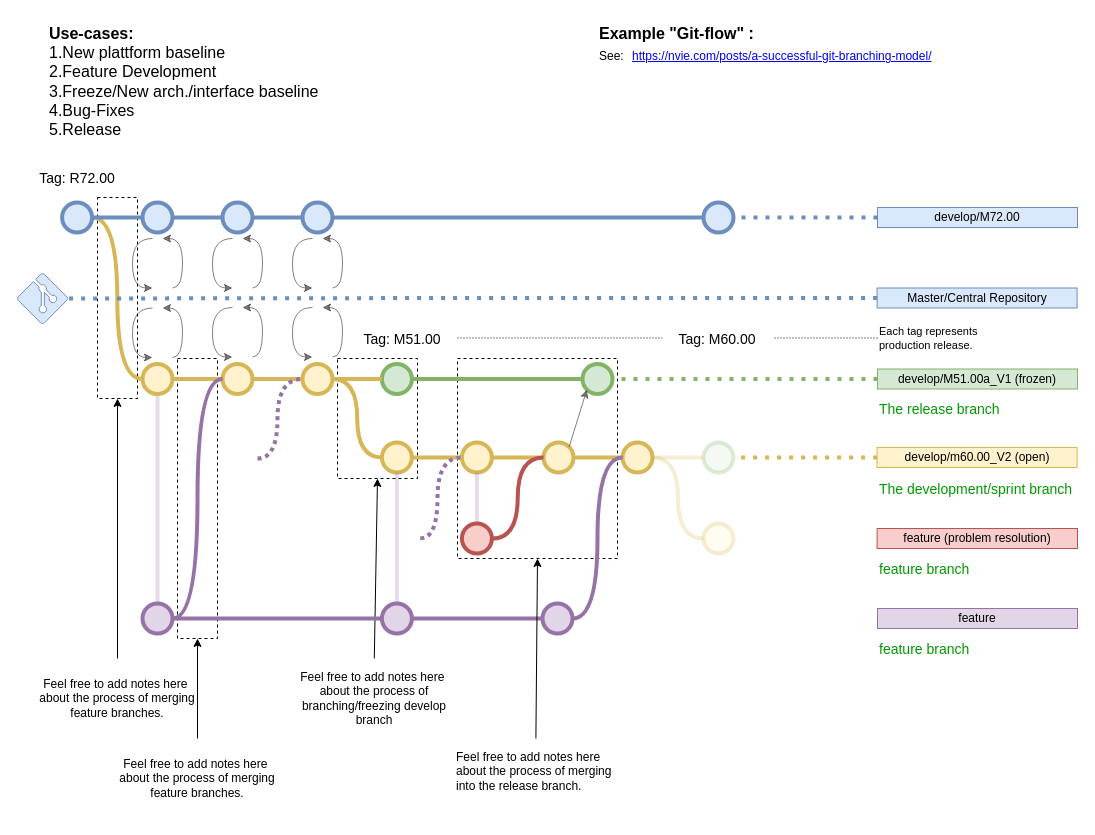
The draw.io diagram doc/GitHub_Branch_Strategy.drawio in DedeHa/TimeSheet, before the edit. Source tidied: cells renumbered, new cells numbered last; positions are measured from the earlier drawing's top-left corner, leaving out a move shared by most shapes. Both pictures are drawn from the tidied source at 100%, with x=0, y=0 at pixel (17, 17).
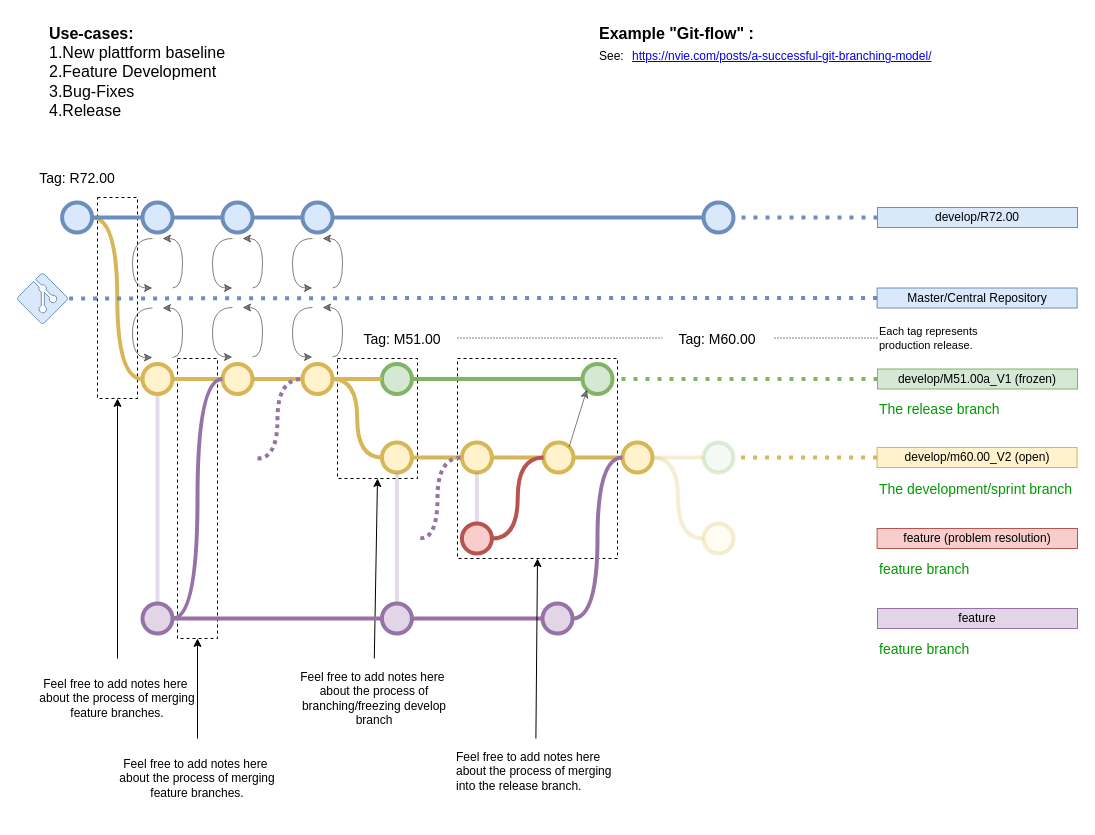
The same page after the edit.

Commit message:
INF_O|Remove Use-Case 3 and Rename HA22 R72

The edit, as a diff of the source:
```diff
@@
-    <mxCell id="30" value="develop/M72.00" style="text;html=1;strokeColor=#6c8ebf;fillColor=#dae8fc;align=center;verticalAlign=middle;whiteSpace=wrap;rounded=0;" parent="1" vertex="1">
+    <mxCell id="30" value="develop/R72.00" style="text;html=1;strokeColor=#6c8ebf;fillColor=#dae8fc;align=center;verticalAlign=middle;whiteSpace=wrap;rounded=0;" parent="1" vertex="1">
       <mxGeometry x="860" y="190" width="200" height="20" as="geometry" />
     </mxCell>
@@
-    <mxCell id="48" value="Use-cases:&lt;br&gt;&lt;span style=&quot;font-weight: 400&quot;&gt;1.New plattform baseline&lt;/span&gt;&lt;span style=&quot;font-weight: normal&quot;&gt;&lt;br&gt;2.Feature Development&lt;br&gt;&lt;/span&gt;&lt;span style=&quot;font-weight: 400&quot;&gt;3.Freeze/New arch./interface baseline&lt;/span&gt;&lt;span style=&quot;font-weight: 400&quot;&gt;&lt;br&gt;4.Bug-Fixes&lt;br&gt;&lt;/span&gt;&lt;span style=&quot;font-weight: 400&quot;&gt;5.Release&lt;/span&gt;&lt;span style=&quot;font-weight: 400&quot;&gt;&lt;br&gt;&lt;/span&gt;" style="text;whiteSpace=wrap;html=1;fontStyle=1;fontSize=16;" parent="1" vertex="1">
+    <mxCell id="48" value="Use-cases:&lt;br&gt;&lt;span style=&quot;font-weight: 400&quot;&gt;1.New plattform baseline&lt;/span&gt;&lt;span style=&quot;font-weight: normal&quot;&gt;&lt;br&gt;2.Feature Development&lt;br&gt;&lt;/span&gt;&lt;span style=&quot;font-weight: 400&quot;&gt;3.Bug-Fixes&lt;br&gt;&lt;/span&gt;&lt;span style=&quot;font-weight: 400&quot;&gt;4.Release&lt;/span&gt;&lt;span style=&quot;font-weight: 400&quot;&gt;&lt;br&gt;&lt;/span&gt;" style="text;whiteSpace=wrap;html=1;fontStyle=1;fontSize=16;" parent="1" vertex="1">
       <mxGeometry x="30" width="427.8" height="120" as="geometry" />
     </mxCell>
```
